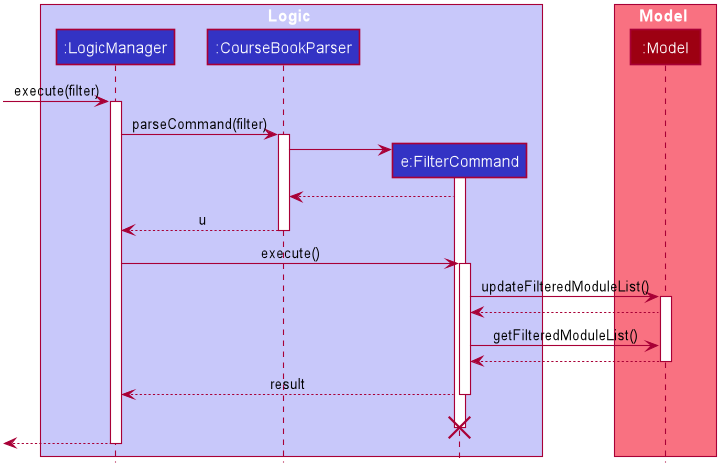
Earlier version of the PlantUML export images/developer-guide/ModuleFilterSequenceDiagram.png (AY1920S2-CS2103T-F09-3/main).
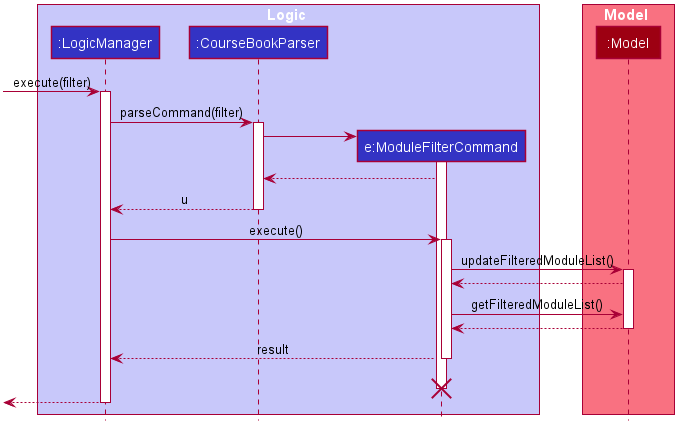
Later version of the same file.

Change to the diagram source:
```diff
@@ -53,7 +53,7 @@
 box Logic #C8C8FA
 participant ":LogicManager" as LogicManager #3333C4
 participant ":CourseBookParser" as CourseBookParser #3333C4
-participant "e:FilterCommand" as FilterCommand #3333C4
+participant "e:ModuleFilterCommand" as ModuleFilterCommand #3333C4
 end box
 
 box Model #F97181
@@ -66,32 +66,32 @@
 LogicManager -> CourseBookParser : parseCommand(filter)
 activate CourseBookParser
 
-create FilterCommand
-CourseBookParser -> FilterCommand
-activate FilterCommand
+create ModuleFilterCommand
+CourseBookParser -> ModuleFilterCommand
+activate ModuleFilterCommand
 
-FilterCommand --> CourseBookParser
+ModuleFilterCommand --> CourseBookParser
 
 CourseBookParser --> LogicManager : u
 deactivate CourseBookParser
 
-LogicManager -> FilterCommand : execute()
-activate FilterCommand
+LogicManager -> ModuleFilterCommand : execute()
+activate ModuleFilterCommand
 
-FilterCommand -> Model : updateFilteredModuleList()
+ModuleFilterCommand -> Model : updateFilteredModuleList()
 activate Model
 
-Model--> FilterCommand
+Model--> ModuleFilterCommand
 
-FilterCommand -> Model : getFilteredModuleList()
+ModuleFilterCommand -> Model : getFilteredModuleList()
 
-Model --> FilterCommand
+Model --> ModuleFilterCommand
 deactivate Model
 
-FilterCommand --> LogicManager : result
-deactivate FilterCommand
-FilterCommand -[hidden]-> LogicManager : result
-destroy FilterCommand
+ModuleFilterCommand --> LogicManager : result
+deactivate ModuleFilterCommand
+ModuleFilterCommand -[hidden]-> LogicManager : result
+destroy ModuleFilterCommand
 
 <--LogicManager
 deactivate LogicManager
```
